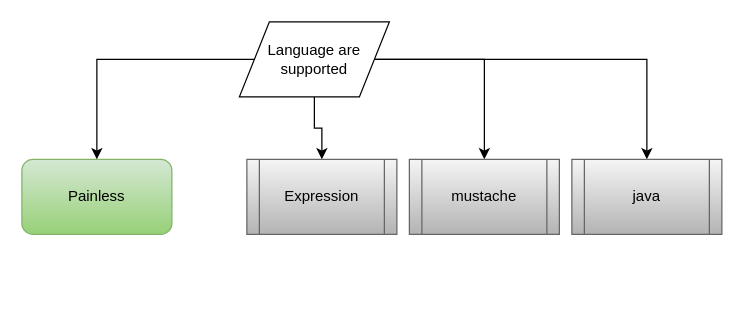
Earlier version of the draw.io diagram page "Scripting" (8 of 10) of My Articles/elastic stack/Elastic Search Understanding.drawio (paramothers/books). Source tidied: cells renumbered, new cells numbered last; positions are measured from the earlier drawing's top-left corner, leaving out a move shared by most shapes. Both pictures are drawn from the tidied source at 125%, with x=0, y=0 at pixel (21, 21).
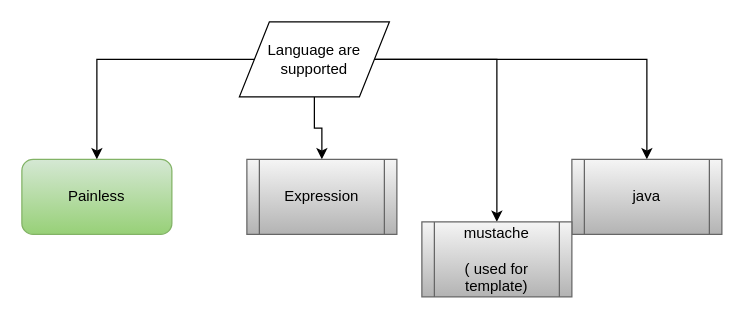
After the change.

The edit, as a diff of the source:
```diff
@@
 <mxGraphModel>
   <root>
     <mxCell id="0" />
     <mxCell id="1" parent="0" />
     <mxCell id="2" value="Painless" style="rounded=1;whiteSpace=wrap;html=1;gradientColor=#97d077;fillColor=#d5e8d4;strokeColor=#82b366;" parent="1" vertex="1">
       <mxGeometry y="110" width="120" height="60" as="geometry" />
     </mxCell>
     <mxCell id="3" style="edgeStyle=orthogonalEdgeStyle;rounded=0;jettySize=auto;html=1;entryX=0.5;entryY=0;entryDx=0;entryDy=0;" parent="1" edge="1" source="7" target="2">
       <mxGeometry relative="1" as="geometry" />
     </mxCell>
     <mxCell id="4" style="edgeStyle=orthogonalEdgeStyle;rounded=0;jettySize=auto;html=1;entryX=0.5;entryY=0;entryDx=0;entryDy=0;" parent="1" edge="1" source="7" target="8">
       <mxGeometry relative="1" as="geometry" />
     </mxCell>
     <mxCell id="5" style="edgeStyle=orthogonalEdgeStyle;rounded=0;jettySize=auto;html=1;entryX=0.5;entryY=0;entryDx=0;entryDy=0;" parent="1" edge="1" source="7" target="10">
       <mxGeometry relative="1" as="geometry" />
     </mxCell>
     <mxCell id="6" style="edgeStyle=orthogonalEdgeStyle;rounded=0;jettySize=auto;html=1;entryX=0.5;entryY=0;entryDx=0;entryDy=0;" parent="1" edge="1" source="7" target="9">
       <mxGeometry relative="1" as="geometry" />
     </mxCell>
     <mxCell id="7" value="Language are supported" style="shape=parallelogram;perimeter=parallelogramPerimeter;whiteSpace=wrap;html=1;" parent="1" vertex="1">
       <mxGeometry x="174" width="120" height="60" as="geometry" />
     </mxCell>
     <mxCell id="8" value="Expression" style="shape=process;whiteSpace=wrap;html=1;backgroundOutline=1;size=0.08333333333333333;gradientColor=#b3b3b3;fillColor=#f5f5f5;strokeColor=#666666;" parent="1" vertex="1">
       <mxGeometry x="180" y="110" width="120" height="60" as="geometry" />
     </mxCell>
     <mxCell id="9" value="java" style="shape=process;whiteSpace=wrap;html=1;backgroundOutline=1;size=0.08333333333333333;gradientColor=#b3b3b3;fillColor=#f5f5f5;strokeColor=#666666;" parent="1" vertex="1">
       <mxGeometry x="440" y="110" width="120" height="60" as="geometry" />
     </mxCell>
-    <mxCell id="10" value="mustache" style="shape=process;whiteSpace=wrap;html=1;backgroundOutline=1;size=0.08333333333333333;gradientColor=#b3b3b3;fillColor=#f5f5f5;strokeColor=#666666;" parent="1" vertex="1">
-      <mxGeometry x="310" y="110" width="120" height="60" as="geometry" />
+    <mxCell id="10" value="mustache&lt;br&gt;&lt;br&gt;( used for template)" style="shape=process;whiteSpace=wrap;html=1;backgroundOutline=1;size=0.08333333333333333;gradientColor=#b3b3b3;fillColor=#f5f5f5;strokeColor=#666666;" parent="1" vertex="1">
+      <mxGeometry x="320" y="160" width="120" height="60" as="geometry" />
     </mxCell>
   </root>
 </mxGraphModel>
```
